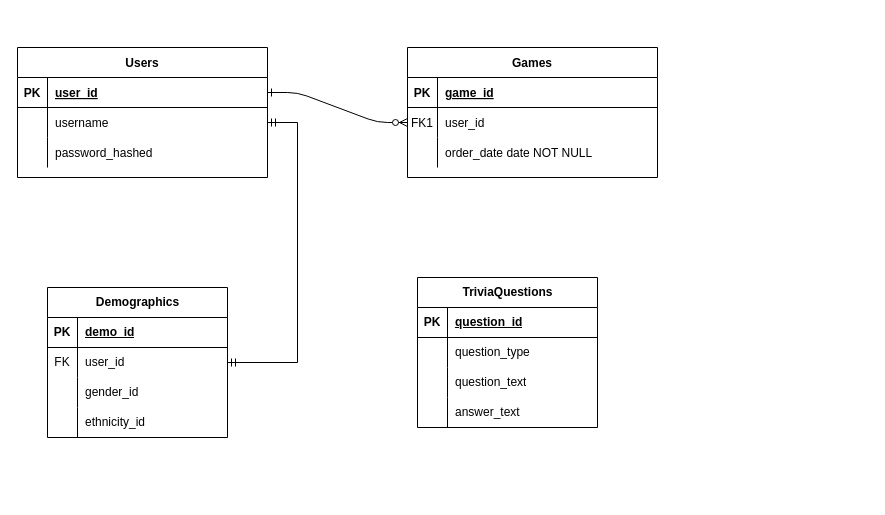
Before: trivia_db.drawio in mercurymlv/IT112-Trivia, a draw.io diagram. Source tidied: cells renumbered, new cells numbered last; positions are measured from the earlier drawing's top-left corner, leaving out a move shared by most shapes. Both pictures are drawn from the tidied source at 100%, with x=0, y=0 at pixel (-343, 47).
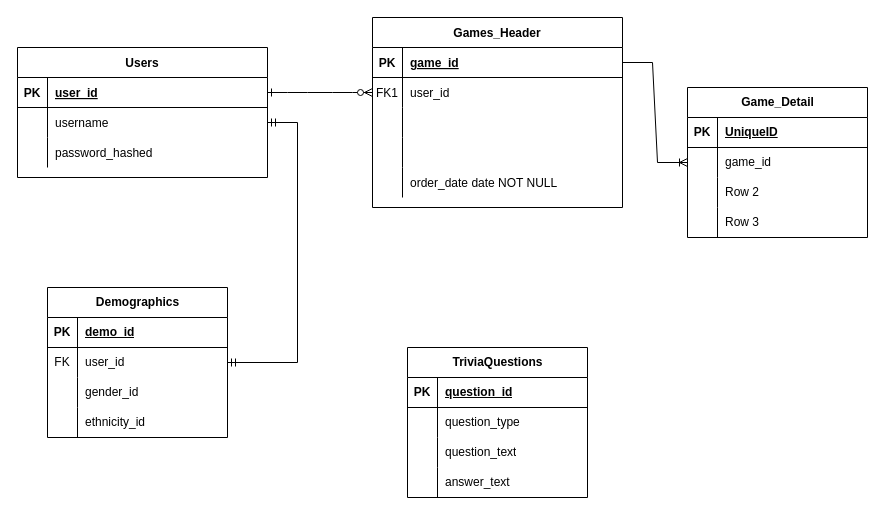
The same page after the edit.

Commit message (it also covers changes not shown here):
Adds trivia questions form

The change refers to these unchanged cells:
```xml
<mxCell id="4" style="shape=partialRectangle;fillColor=none;points=[[0,0.5],[1,0.5]];portConstraint=eastwest;top=0;left=0;right=0;bottom=1;" parent="3" vertex="1">
  <mxGeometry y="30" width="250" height="30" as="geometry" />
</mxCell>
```

Diff of the diagram source:
```diff
@@
-    <mxCell id="3" value="Games" style="shape=table;startSize=30;childLayout=tableLayout;rowLines=0;fontStyle=1;align=center;" parent="1" vertex="1">
-      <mxGeometry x="750" width="250" height="130" as="geometry" />
+    <mxCell id="3" value="Games_Header" style="shape=table;startSize=30;childLayout=tableLayout;rowLines=0;fontStyle=1;align=center;" parent="1" vertex="1">
+      <mxGeometry x="715" y="-30" width="250" height="190" as="geometry" />
     </mxCell>
@@
+    <mxCell id="50" style="shape=partialRectangle;fillColor=none;top=0;left=0;right=0;bottom=0;" parent="3" vertex="1">
+      <mxGeometry y="90" width="250" height="30" as="geometry" />
+    </mxCell>
+    <mxCell id="51" style="shape=partialRectangle;overflow=hidden;fillColor=none;top=0;left=0;bottom=0;right=0;" parent="50" vertex="1">
+      <mxGeometry width="30" height="30" as="geometry" />
+    </mxCell>
+    <mxCell id="52" style="shape=partialRectangle;overflow=hidden;fillColor=none;top=0;left=0;bottom=0;right=0;align=left;spacingLeft=6;" parent="50" vertex="1">
+      <mxGeometry x="30" width="220" height="30" as="geometry" />
+    </mxCell>
+    <mxCell id="53" style="shape=partialRectangle;fillColor=none;top=0;left=0;right=0;bottom=0;" parent="3" vertex="1">
+      <mxGeometry y="120" width="250" height="30" as="geometry" />
+    </mxCell>
+    <mxCell id="54" style="shape=partialRectangle;overflow=hidden;fillColor=none;top=0;left=0;bottom=0;right=0;" parent="53" vertex="1">
+      <mxGeometry width="30" height="30" as="geometry" />
+    </mxCell>
+    <mxCell id="55" style="shape=partialRectangle;overflow=hidden;fillColor=none;top=0;left=0;bottom=0;right=0;align=left;spacingLeft=6;" parent="53" vertex="1">
+      <mxGeometry x="30" width="220" height="30" as="geometry" />
+    </mxCell>
     <mxCell id="10" style="shape=partialRectangle;fillColor=none;top=0;left=0;right=0;bottom=0;" parent="3" vertex="1">
-      <mxGeometry y="90" width="250" height="30" as="geometry" />
+      <mxGeometry y="150" width="250" height="30" as="geometry" />
     </mxCell>
@@
     <mxCell id="36" value="TriviaQuestions" style="shape=table;startSize=30;childLayout=tableLayout;rowLines=0;fontStyle=1;align=center;html=1;" parent="1" vertex="1">
-      <mxGeometry x="760" y="230" width="180" height="150" as="geometry" />
+      <mxGeometry x="750" y="300" width="180" height="150" as="geometry" />
     </mxCell>
@@
+    <mxCell id="56" value="Game_Detail" style="shape=table;startSize=30;childLayout=tableLayout;rowLines=0;fontStyle=1;align=center;html=1;" parent="1" vertex="1">
+      <mxGeometry x="1030" y="40" width="180" height="150" as="geometry" />
+    </mxCell>
+    <mxCell id="57" style="shape=tableRow;horizontal=0;startSize=0;swimlaneHead=0;swimlaneBody=0;fillColor=none;top=0;left=0;right=0;bottom=1;" parent="56" vertex="1">
+      <mxGeometry y="30" width="180" height="30" as="geometry" />
+    </mxCell>
+    <mxCell id="58" value="PK" style="shape=partialRectangle;fillColor=none;top=0;left=0;bottom=0;right=0;fontStyle=1;overflow=hidden;whiteSpace=wrap;html=1;" parent="57" vertex="1">
+      <mxGeometry width="30" height="30" as="geometry" />
+    </mxCell>
+    <mxCell id="59" value="UniqueID" style="shape=partialRectangle;fillColor=none;top=0;left=0;bottom=0;right=0;align=left;spacingLeft=6;fontStyle=5;overflow=hidden;whiteSpace=wrap;html=1;" parent="57" vertex="1">
+      <mxGeometry x="30" width="150" height="30" as="geometry" />
+    </mxCell>
+    <mxCell id="60" style="shape=tableRow;horizontal=0;startSize=0;swimlaneHead=0;swimlaneBody=0;fillColor=none;points=[[0,0.5],[1,0.5]];portConstraint=eastwest;top=0;left=0;right=0;bottom=0;" parent="56" vertex="1">
+      <mxGeometry y="60" width="180" height="30" as="geometry" />
+    </mxCell>
+    <mxCell id="61" style="shape=partialRectangle;fillColor=none;top=0;left=0;bottom=0;right=0;overflow=hidden;whiteSpace=wrap;html=1;" parent="60" vertex="1">
+      <mxGeometry width="30" height="30" as="geometry" />
+    </mxCell>
+    <mxCell id="62" value="game_id" style="shape=partialRectangle;fillColor=none;top=0;left=0;bottom=0;right=0;align=left;spacingLeft=6;overflow=hidden;whiteSpace=wrap;html=1;" parent="60" vertex="1">
+      <mxGeometry x="30" width="150" height="30" as="geometry" />
+    </mxCell>
+    <mxCell id="63" style="shape=tableRow;horizontal=0;startSize=0;swimlaneHead=0;swimlaneBody=0;fillColor=none;top=0;left=0;right=0;bottom=0;" parent="56" vertex="1">
+      <mxGeometry y="90" width="180" height="30" as="geometry" />
+    </mxCell>
+    <mxCell id="64" style="shape=partialRectangle;fillColor=none;top=0;left=0;bottom=0;right=0;overflow=hidden;whiteSpace=wrap;html=1;" parent="63" vertex="1">
+      <mxGeometry width="30" height="30" as="geometry" />
+    </mxCell>
+    <mxCell id="65" value="Row 2" style="shape=partialRectangle;fillColor=none;top=0;left=0;bottom=0;right=0;align=left;spacingLeft=6;overflow=hidden;whiteSpace=wrap;html=1;" parent="63" vertex="1">
+      <mxGeometry x="30" width="150" height="30" as="geometry" />
+    </mxCell>
+    <mxCell id="66" style="shape=tableRow;horizontal=0;startSize=0;swimlaneHead=0;swimlaneBody=0;fillColor=none;top=0;left=0;right=0;bottom=0;" parent="56" vertex="1">
+      <mxGeometry y="120" width="180" height="30" as="geometry" />
+    </mxCell>
+    <mxCell id="67" style="shape=partialRectangle;fillColor=none;top=0;left=0;bottom=0;right=0;overflow=hidden;whiteSpace=wrap;html=1;" parent="66" vertex="1">
+      <mxGeometry width="30" height="30" as="geometry" />
+    </mxCell>
+    <mxCell id="68" value="Row 3" style="shape=partialRectangle;fillColor=none;top=0;left=0;bottom=0;right=0;align=left;spacingLeft=6;overflow=hidden;whiteSpace=wrap;html=1;" parent="66" vertex="1">
+      <mxGeometry x="30" width="150" height="30" as="geometry" />
+    </mxCell>
+    <mxCell id="69" style="edgeStyle=entityRelationEdgeStyle;fontSize=12;html=1;endArrow=ERoneToMany;rounded=0;exitX=1;exitY=0.5;exitDx=0;exitDy=0;entryX=0;entryY=0.5;entryDx=0;entryDy=0;" parent="1" edge="1" source="4" target="60">
+      <mxGeometry relative="1" as="geometry" />
+    </mxCell>
```
